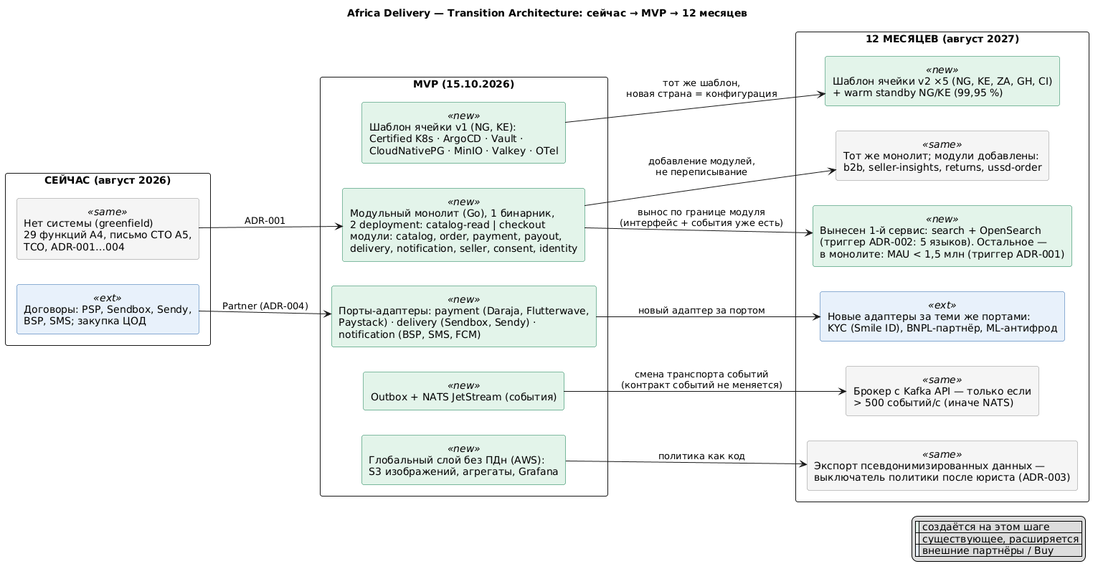
This is Task5/transition-architecture.png from 4apaj/Africa_Delivery, a PlantUML export, as it was before one commit.
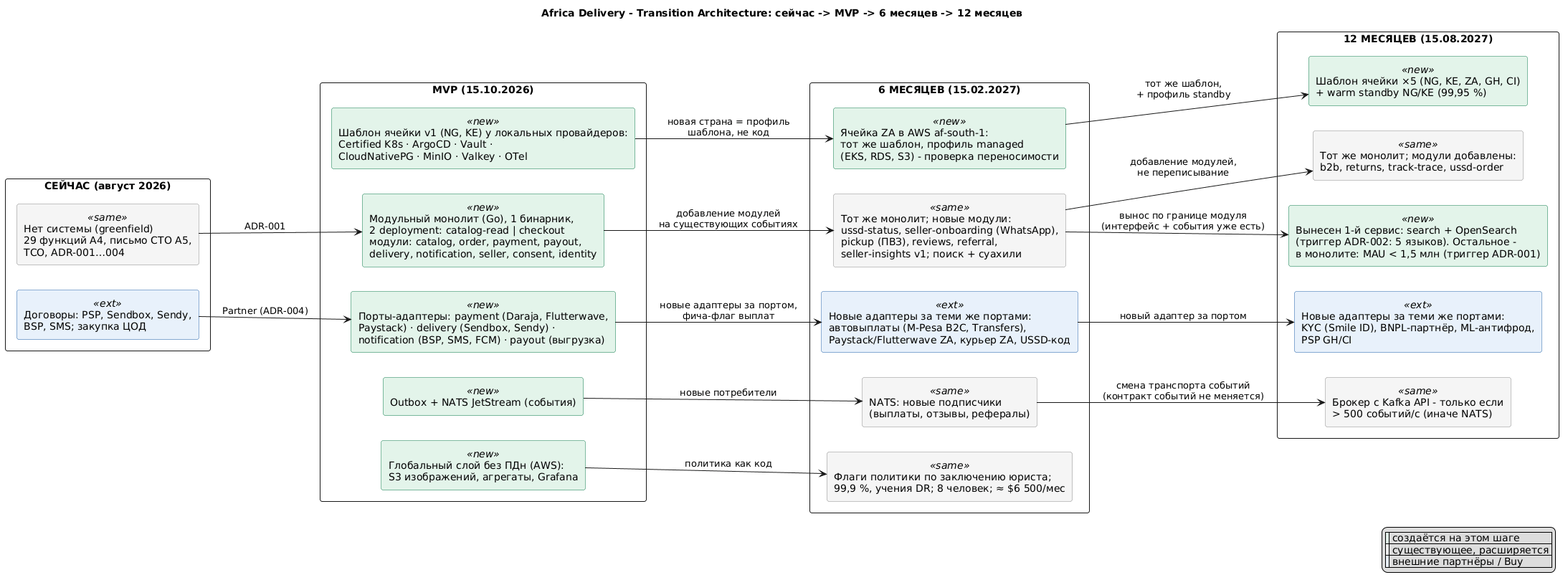
The same file after the commit.

The edit, as a diff of the source:
```diff
@@ -1,5 +1,5 @@
 @startuml transition-architecture
-title Africa Delivery — Transition Architecture: сейчас → MVP → 12 месяцев
+title Africa Delivery - Transition Architecture: сейчас -> MVP -> 6 месяцев -> 12 месяцев
 skinparam defaultFontName Arial
 skinparam rectangle {
   RoundCorner 6
@@ -24,30 +24,43 @@
 }
 
 rectangle "MVP (15.10.2026)" as mvp {
-  rectangle "Шаблон ячейки v1 (NG, KE):\nCertified K8s · ArgoCD · Vault ·\nCloudNativePG · MinIO · Valkey · OTel" <<new>> as m1
+  rectangle "Шаблон ячейки v1 (NG, KE) у локальных провайдеров:\nCertified K8s · ArgoCD · Vault ·\nCloudNativePG · MinIO · Valkey · OTel" <<new>> as m1
   rectangle "Модульный монолит (Go), 1 бинарник,\n2 deployment: catalog-read | checkout\nмодули: catalog, order, payment, payout,\ndelivery, notification, seller, consent, identity" <<new>> as m2
-  rectangle "Порты-адаптеры: payment (Daraja, Flutterwave,\nPaystack) · delivery (Sendbox, Sendy) ·\nnotification (BSP, SMS, FCM)" <<new>> as m3
+  rectangle "Порты-адаптеры: payment (Daraja, Flutterwave,\nPaystack) · delivery (Sendbox, Sendy) ·\nnotification (BSP, SMS, FCM) · payout (выгрузка)" <<new>> as m3
   rectangle "Outbox + NATS JetStream (события)" <<new>> as m4
   rectangle "Глобальный слой без ПДн (AWS):\nS3 изображений, агрегаты, Grafana" <<new>> as m5
 }
 
-rectangle "12 МЕСЯЦЕВ (август 2027)" as y1 {
-  rectangle "Шаблон ячейки v2 ×5 (NG, KE, ZA, GH, CI)\n+ warm standby NG/KE (99,95 %)" <<new>> as y1a
-  rectangle "Тот же монолит; модули добавлены:\nb2b, seller-insights, returns, ussd-order" <<same>> as y1b
-  rectangle "Вынесен 1-й сервис: search + OpenSearch\n(триггер ADR-002: 5 языков). Остальное —\nв монолите: MAU < 1,5 млн (триггер ADR-001)" <<new>> as y1c
-  rectangle "Новые адаптеры за теми же портами:\nKYC (Smile ID), BNPL-партнёр, ML-антифрод" <<ext>> as y1d
-  rectangle "Брокер с Kafka API — только если\n> 500 событий/с (иначе NATS)" <<same>> as y1e
-  rectangle "Экспорт псевдонимизированных данных —\nвыключатель политики после юриста (ADR-003)" <<same>> as y1f
+rectangle "6 МЕСЯЦЕВ (15.02.2027)" as m6 {
+  rectangle "Ячейка ZA в AWS af-south-1:\nтот же шаблон, профиль managed\n(EKS, RDS, S3) - проверка переносимости" <<new>> as s1
+  rectangle "Тот же монолит; новые модули:\nussd-status, seller-onboarding (WhatsApp),\npickup (ПВЗ), reviews, referral,\nseller-insights v1; поиск + суахили" <<same>> as s2
+  rectangle "Новые адаптеры за теми же портами:\nавтовыплаты (M-Pesa B2C, Transfers),\nPaystack/Flutterwave ZA, курьер ZA, USSD-код" <<ext>> as s3
+  rectangle "NATS: новые подписчики\n(выплаты, отзывы, рефералы)" <<same>> as s4
+  rectangle "Флаги политики по заключению юриста;\n99,9 %, учения DR; 8 человек; ≈ $6 500/мес" <<same>> as s5
+}
+
+rectangle "12 МЕСЯЦЕВ (15.08.2027)" as y1 {
+  rectangle "Шаблон ячейки ×5 (NG, KE, ZA, GH, CI)\n+ warm standby NG/KE (99,95 %)" <<new>> as y1a
+  rectangle "Тот же монолит; модули добавлены:\nb2b, returns, track-trace, ussd-order" <<same>> as y1b
+  rectangle "Вынесен 1-й сервис: search + OpenSearch\n(триггер ADR-002: 5 языков). Остальное -\nв монолите: MAU < 1,5 млн (триггер ADR-001)" <<new>> as y1c
+  rectangle "Новые адаптеры за теми же портами:\nKYC (Smile ID), BNPL-партнёр, ML-антифрод,\nPSP GH/CI" <<ext>> as y1d
+  rectangle "Брокер с Kafka API - только если\n> 500 событий/с (иначе NATS)" <<same>> as y1e
 }
 
 n1 --> m2 : ADR-001
 n2 --> m3 : Partner (ADR-004)
-m1 --> y1a : тот же шаблон,\nновая страна = конфигурация
-m2 --> y1b : добавление модулей,\nне переписывание
-m2 --> y1c : вынос по границе модуля\n(интерфейс + события уже есть)
-m3 --> y1d : новый адаптер за портом
-m4 --> y1e : смена транспорта событий\n(контракт событий не меняется)
-m5 --> y1f : политика как код
+
+m1 --> s1 : новая страна = профиль\nшаблона, не код
+m2 --> s2 : добавление модулей\nна существующих событиях
+m3 --> s3 : новые адаптеры за портом,\nфича-флаг выплат
+m4 --> s4 : новые потребители
+m5 --> s5 : политика как код
+
+s1 --> y1a : тот же шаблон,\n+ профиль standby
+s2 --> y1b : добавление модулей,\nне переписывание
+s2 --> y1c : вынос по границе модуля\n(интерфейс + события уже есть)
+s3 --> y1d : новый адаптер за портом
+s4 --> y1e : смена транспорта событий\n(контракт событий не меняется)
 
 legend right
   |<#E3F4EA>| создаётся на этом шаге |
```
